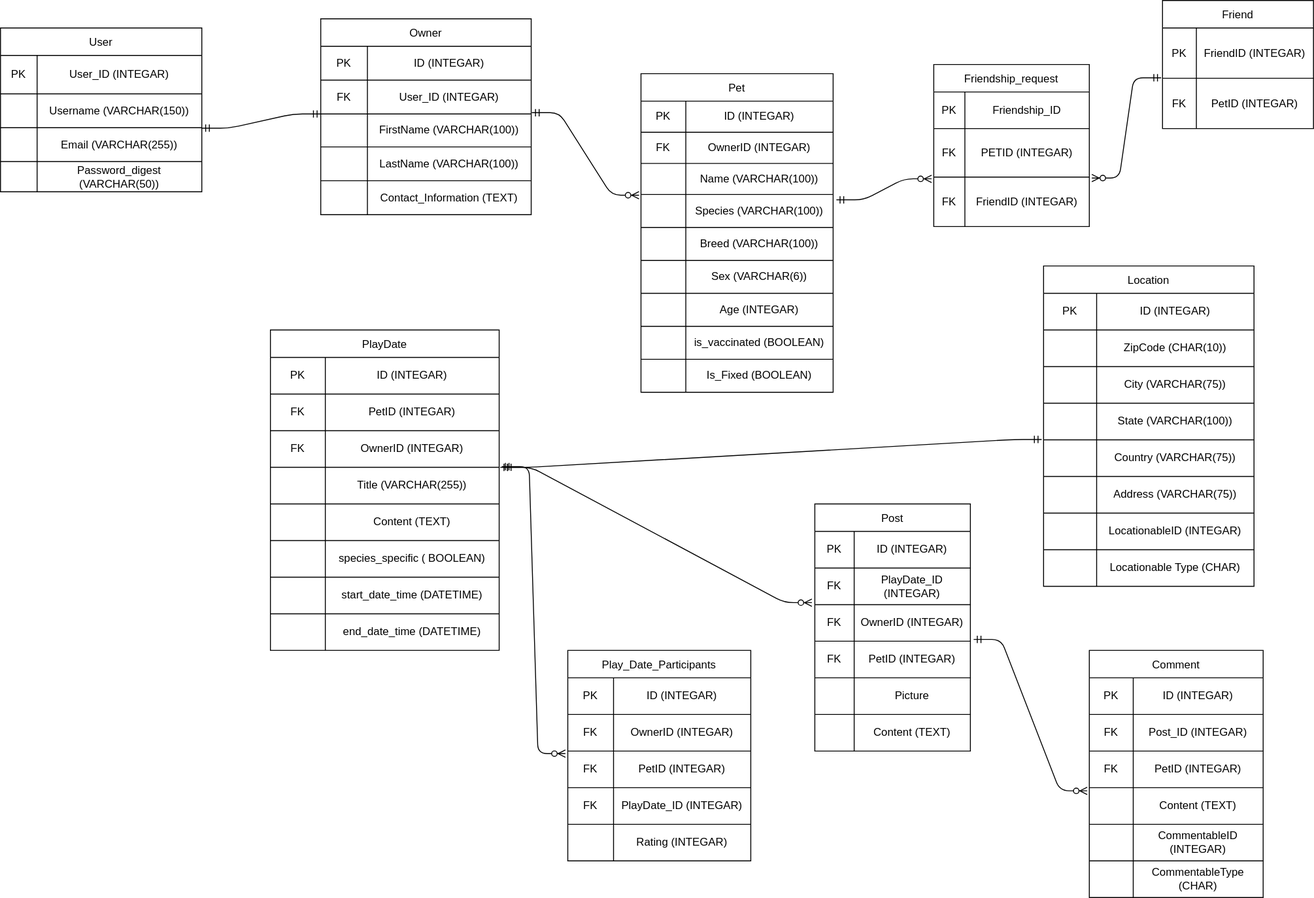
The draw.io diagram project.drawio.svg in Topaz712/pet_project_erd, before a commit. Source tidied: cells renumbered, new cells last; positions are measured from the earlier drawing's top-left corner, leaving out a move shared by most shapes.
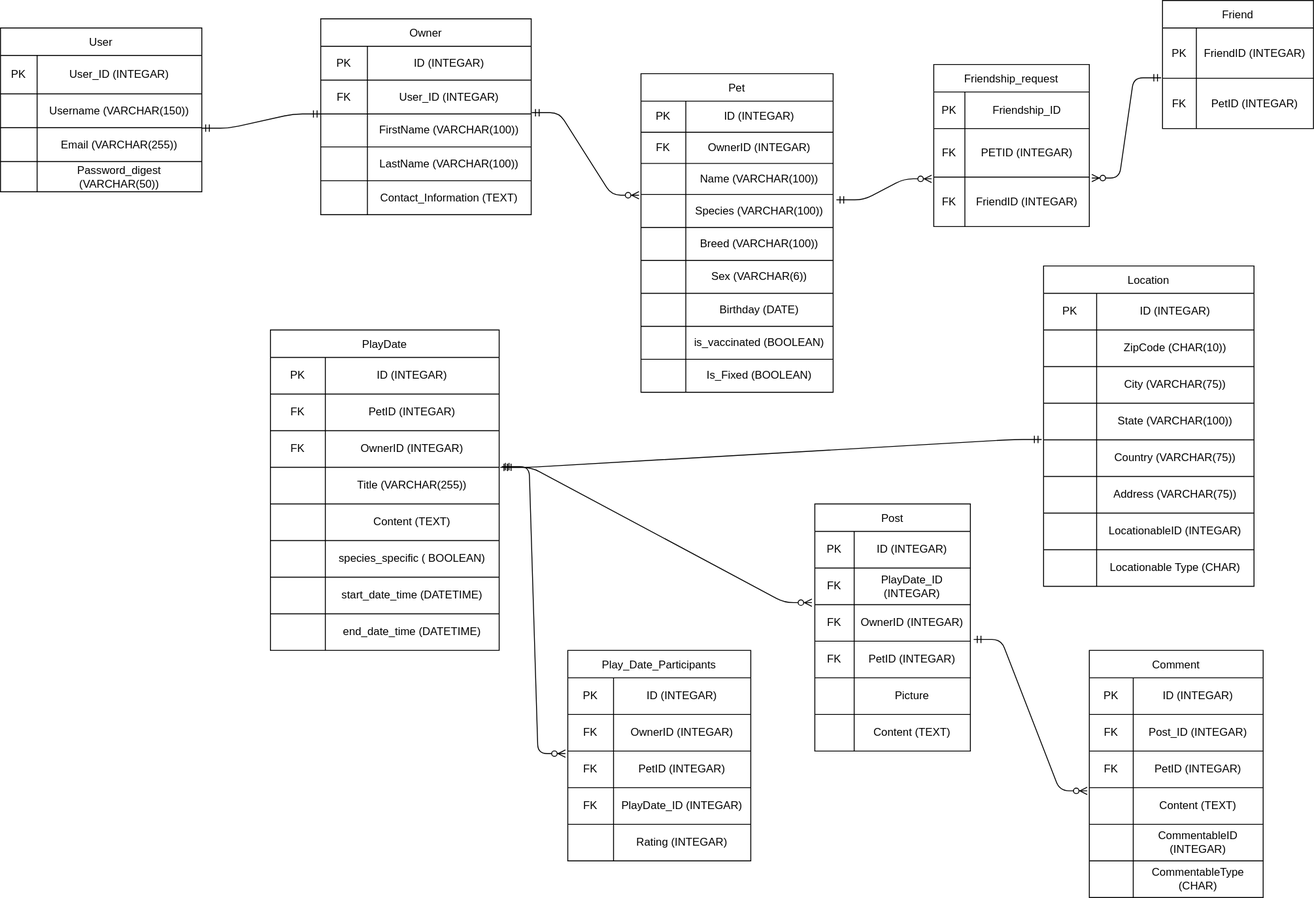
The same diagram one commit later.

Commit message:
Changed attribute name on Pet table: birthday

The edit, as a diff of the source:
```diff
@@ -113,7 +113,7 @@
     <mxCell id="38" style="shape=partialRectangle;html=1;whiteSpace=wrap;overflow=hidden;fillColor=none;top=0;left=0;bottom=0;right=0;" parent="37" vertex="1">
       <mxGeometry width="49" height="36" as="geometry" />
     </mxCell>
-    <mxCell id="39" value="Age (INTEGAR)" style="shape=partialRectangle;html=1;whiteSpace=wrap;overflow=hidden;fillColor=none;top=0;left=0;bottom=0;right=0;" parent="37" vertex="1">
+    <mxCell id="39" value="Birthday (DATE)" style="shape=partialRectangle;html=1;whiteSpace=wrap;overflow=hidden;fillColor=none;top=0;left=0;bottom=0;right=0;" parent="37" vertex="1">
       <mxGeometry x="49" width="161" height="36" as="geometry" />
     </mxCell>
     <mxCell id="40" style="shape=tableRow;horizontal=0;startSize=0;swimlaneHead=0;swimlaneBody=0;top=0;left=0;bottom=0;right=0;fillColor=none;" parent="18" vertex="1">
```
